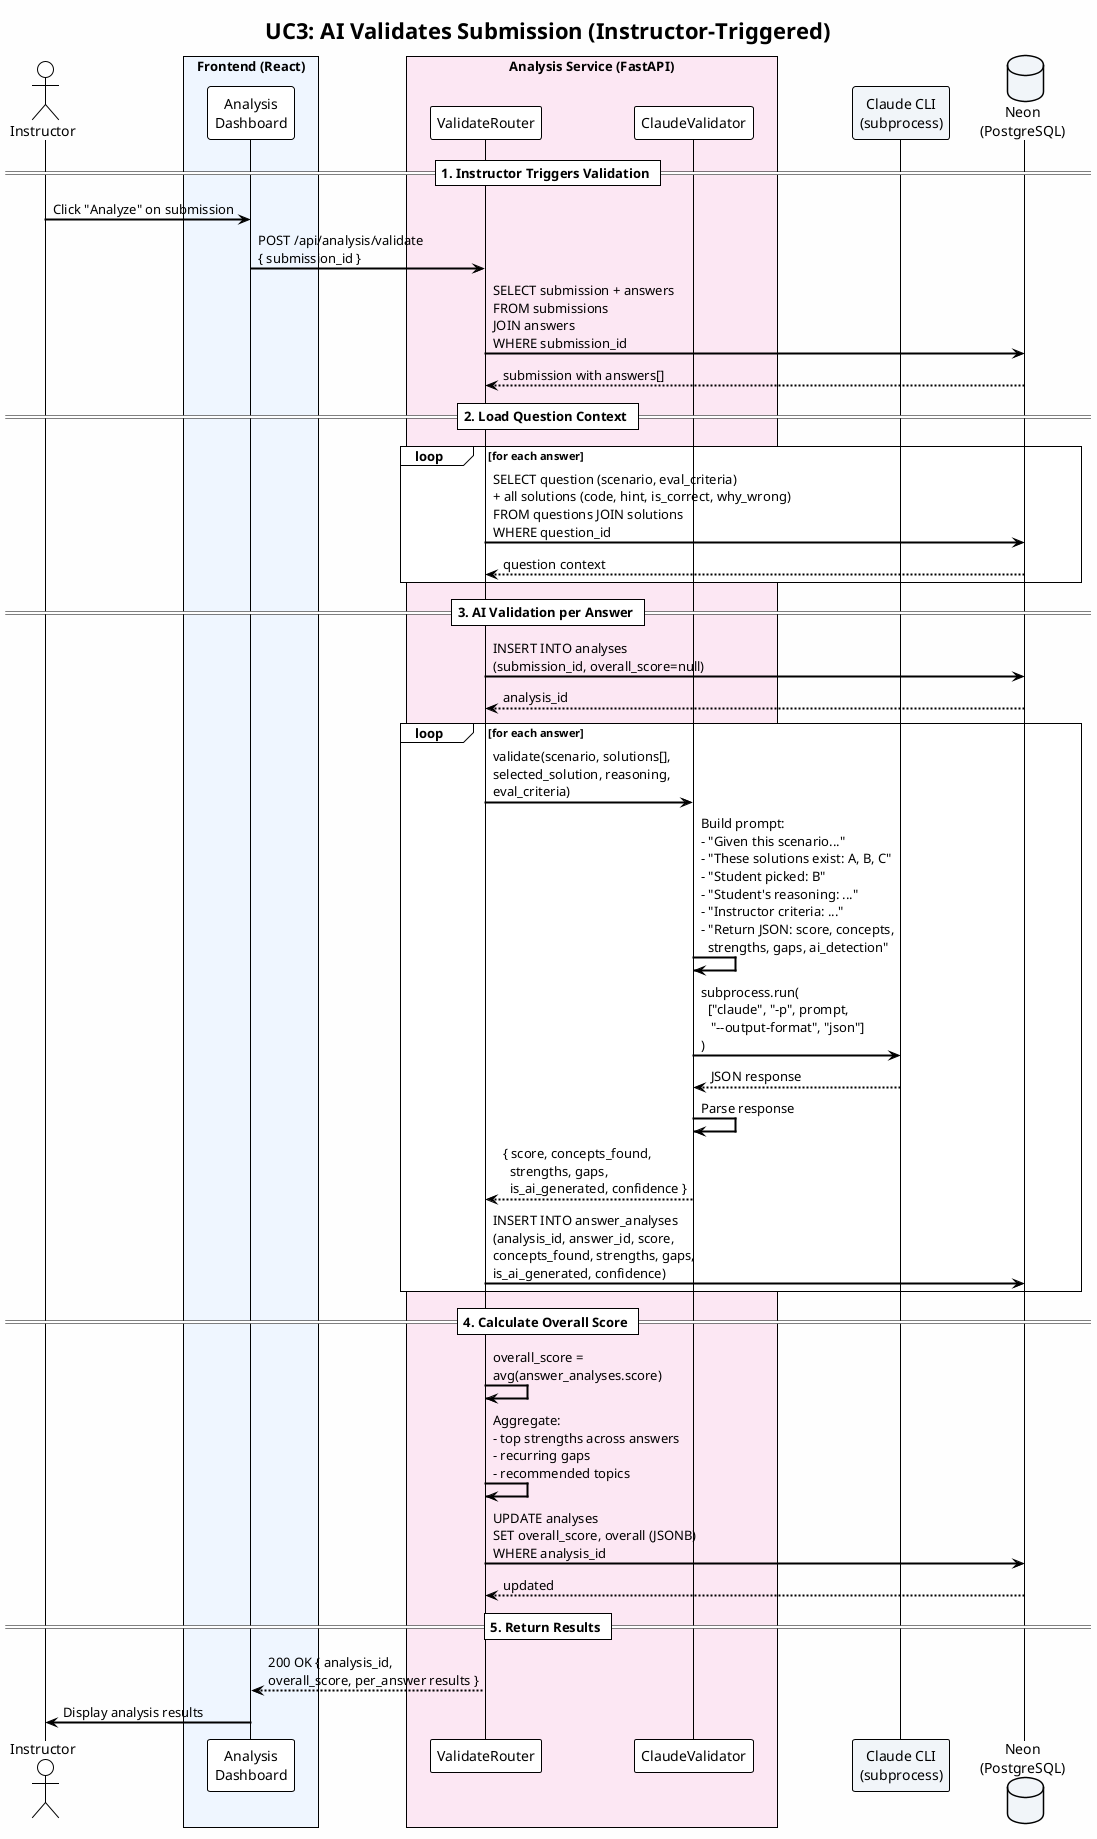
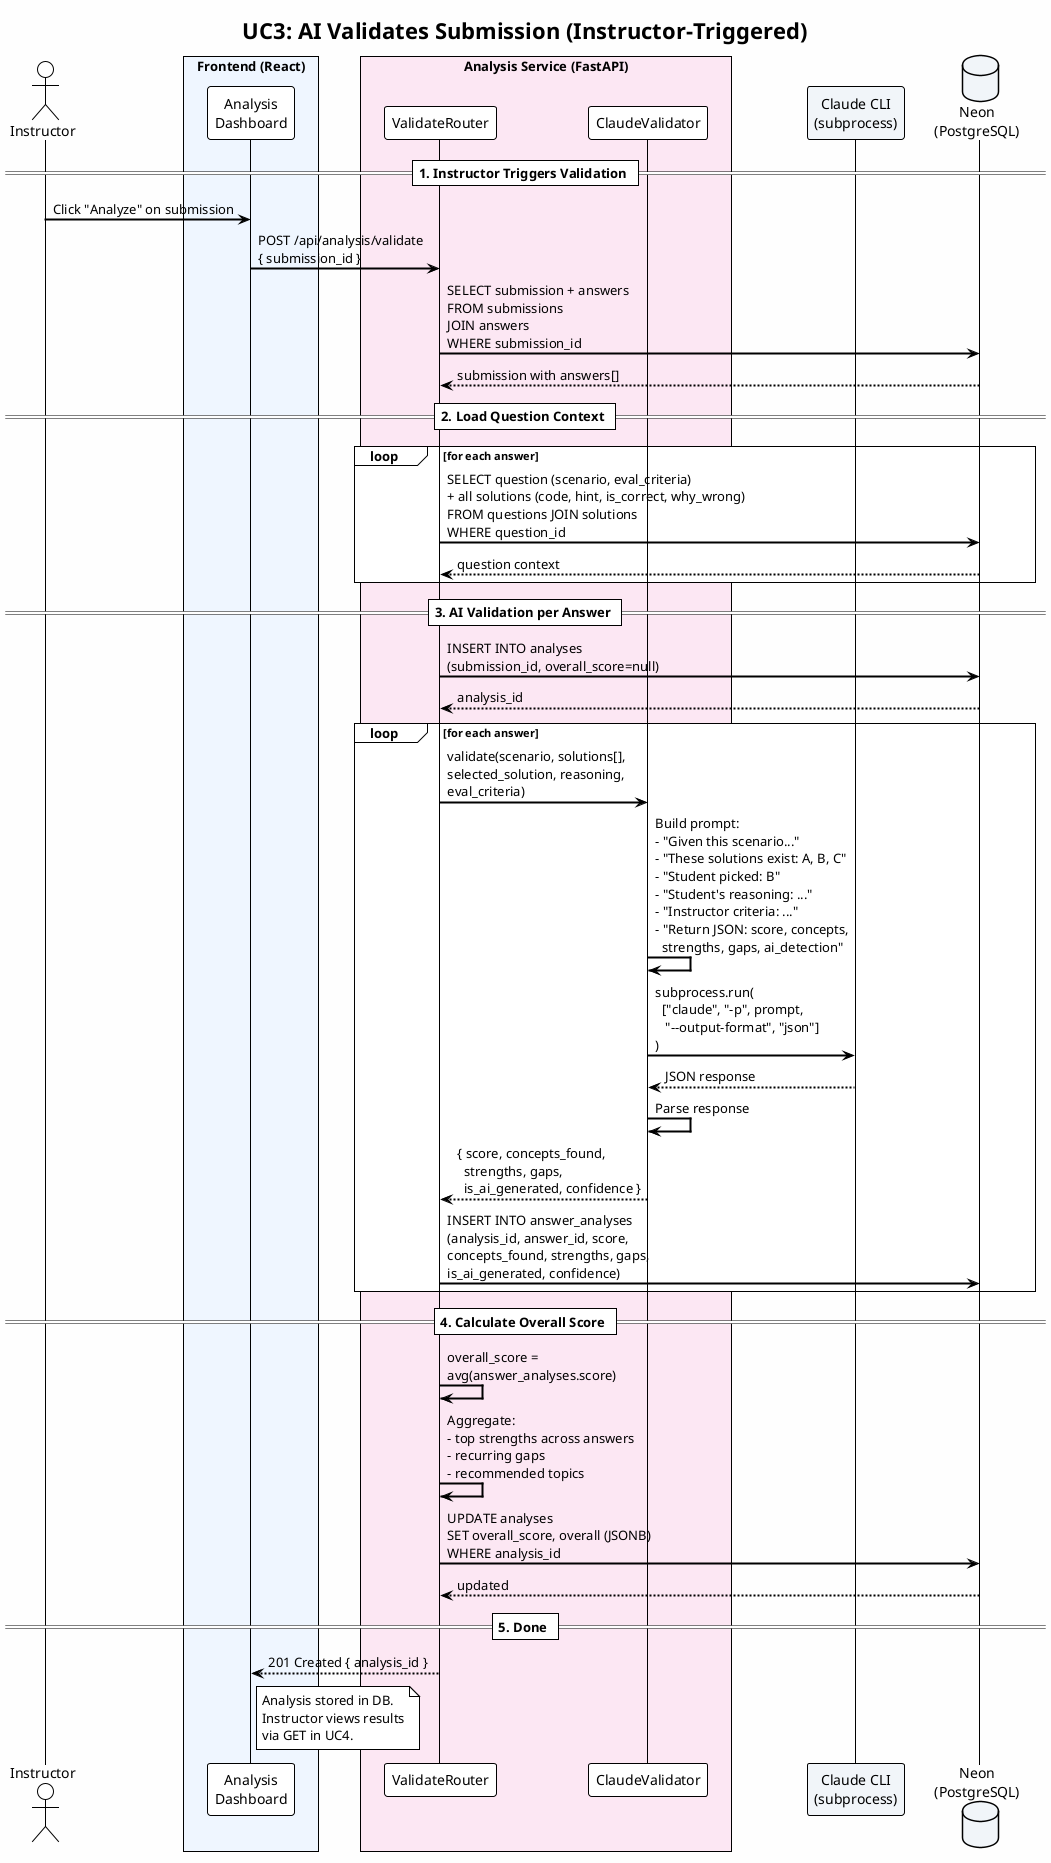
@startuml AI Validates Submission
!theme plain
skinparam backgroundColor #FEFEFE
skinparam defaultFontName "Segoe UI"
skinparam shadowing false
skinparam sequenceArrowThickness 2
skinparam participantPadding 20
skinparam boxPadding 10

title UC3: AI Validates Submission (Instructor-Triggered)

actor Instructor as I
box "Frontend (React)" #EFF6FF
  participant "Analysis\nDashboard" as AD
end box
box "Analysis Service (FastAPI)" #FCE7F3
  participant "ValidateRouter" as VR
  participant "ClaudeValidator" as CV
end box
participant "Claude CLI\n(subprocess)" as CLI #F1F5F9
database "Neon\n(PostgreSQL)" as DB #F1F5F9

== 1. Instructor Triggers Validation ==

I -> AD : Click "Analyze" on submission
AD -> VR : POST /api/analysis/validate\n{ submission_id }
VR -> DB : SELECT submission + answers\nFROM submissions\nJOIN answers\nWHERE submission_id
DB --> VR : submission with answers[]

== 2. Load Question Context ==

loop for each answer
  VR -> DB : SELECT question (scenario, eval_criteria)\n+ all solutions (code, hint, is_correct, why_wrong)\nFROM questions JOIN solutions\nWHERE question_id
  DB --> VR : question context
end

== 3. AI Validation per Answer ==

VR -> DB : INSERT INTO analyses\n(submission_id, overall_score=null)
DB --> VR : analysis_id

loop for each answer
  VR -> CV : validate(scenario, solutions[],\nselected_solution, reasoning,\neval_criteria)
  CV -> CV : Build prompt:\n- "Given this scenario..."\n- "These solutions exist: A, B, C"\n- "Student picked: B"\n- "Student's reasoning: ..."\n- "Instructor criteria: ..."\n- "Return JSON: score, concepts,\n  strengths, gaps, ai_detection"
  CV -> CLI : subprocess.run(\n  ["claude", "-p", prompt,\n   "--output-format", "json"]\n)
  CLI --> CV : JSON response
  CV -> CV : Parse response
  CV --> VR : { score, concepts_found,\n  strengths, gaps,\n  is_ai_generated, confidence }
  VR -> DB : INSERT INTO answer_analyses\n(analysis_id, answer_id, score,\nconcepts_found, strengths, gaps,\nis_ai_generated, confidence)
end

== 4. Calculate Overall Score ==

VR -> VR : overall_score =\navg(answer_analyses.score)
VR -> VR : Aggregate:\n- top strengths across answers\n- recurring gaps\n- recommended topics
VR -> DB : UPDATE analyses\nSET overall_score, overall (JSONB)\nWHERE analysis_id
DB --> VR : updated

- == 5. Return Results ==
+ == 5. Done ==

- VR --> AD : 200 OK { analysis_id,\noverall_score, per_answer results }
- AD -> I : Display analysis results
+ VR --> AD : 201 Created { analysis_id }
+ note right of AD : Analysis stored in DB.\nInstructor views results\nvia GET in UC4.

@enduml
